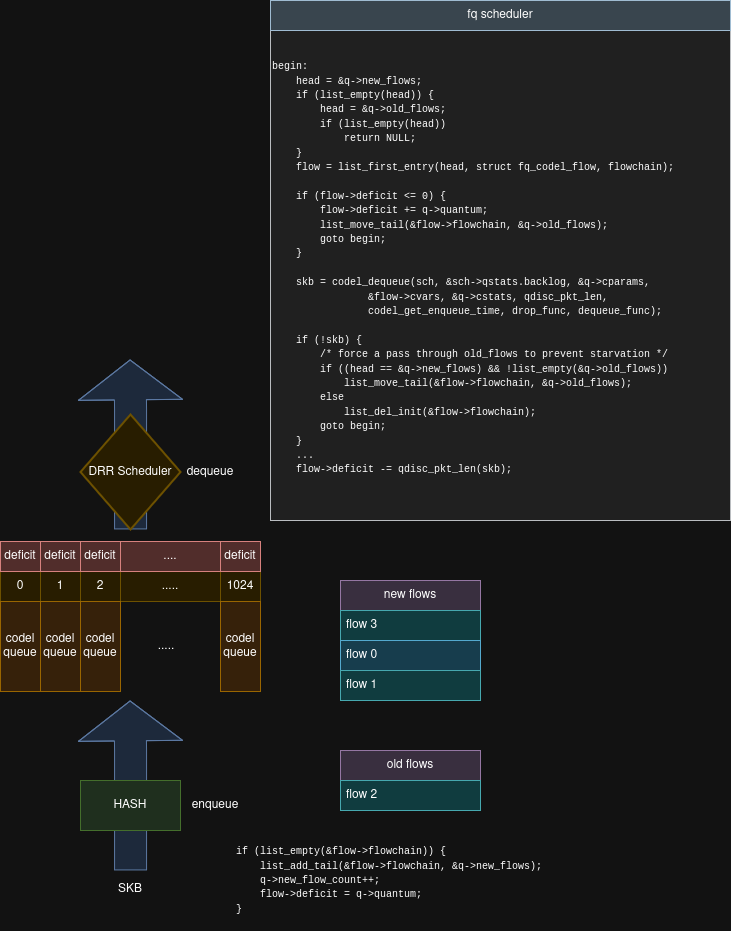
The draw.io diagram bc-qos/fq_codel.drawio.png in yingchuan/bc-qos, before a commit. Source tidied: cells renumbered, new cells last; positions are measured from the earlier drawing's top-left corner, leaving out a move shared by most shapes.
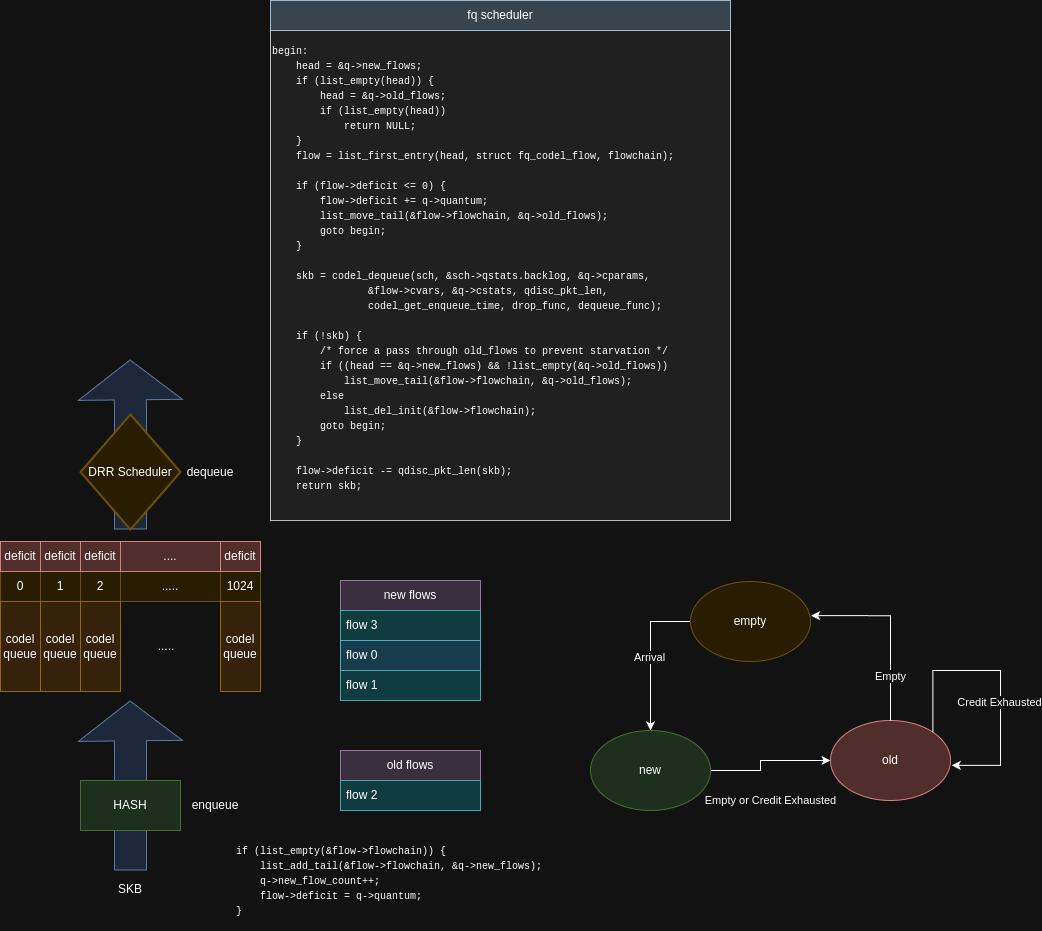
After the change.

Commit message:
add state machine of the fairness queue

What changed in the source:
```diff
@@ -100,11 +100,57 @@
     <mxCell id="30" value="&lt;div align=&quot;left&quot;&gt;&lt;font style=&quot;font-size: 10px;&quot; face=&quot;Courier New&quot;&gt;&amp;nbsp;&amp;nbsp;&amp;nbsp; if (list_empty(&amp;amp;flow-&amp;gt;flowchain)) {&lt;br&gt;&amp;nbsp;&amp;nbsp;&amp;nbsp;&amp;nbsp;&amp;nbsp;&amp;nbsp;&amp;nbsp; list_add_tail(&amp;amp;flow-&amp;gt;flowchain, &amp;amp;q-&amp;gt;new_flows);&lt;br&gt;&amp;nbsp;&amp;nbsp;&amp;nbsp;&amp;nbsp;&amp;nbsp;&amp;nbsp;&amp;nbsp; q-&amp;gt;new_flow_count++;&lt;br&gt;&amp;nbsp;&amp;nbsp;&amp;nbsp;&amp;nbsp;&amp;nbsp;&amp;nbsp;&amp;nbsp; flow-&amp;gt;deficit = q-&amp;gt;quantum;&lt;br&gt;&amp;nbsp;&amp;nbsp;&amp;nbsp; } &lt;/font&gt;&lt;/div&gt;" style="text;html=1;align=left;verticalAlign=middle;whiteSpace=wrap;rounded=0;" parent="1" vertex="1">
       <mxGeometry x="210" y="830" width="340" height="100" as="geometry" />
     </mxCell>
-    <mxCell id="31" value="&lt;div align=&quot;left&quot;&gt;&lt;font face=&quot;Courier New&quot; style=&quot;font-size: 10px;&quot;&gt;begin:&lt;br&gt;&amp;nbsp;&amp;nbsp;&amp;nbsp; head = &amp;amp;q-&amp;gt;new_flows;&lt;br&gt;&amp;nbsp;&amp;nbsp;&amp;nbsp; if (list_empty(head)) {&lt;br&gt;&amp;nbsp;&amp;nbsp;&amp;nbsp;&amp;nbsp;&amp;nbsp;&amp;nbsp;&amp;nbsp; head = &amp;amp;q-&amp;gt;old_flows;&lt;br&gt;&amp;nbsp;&amp;nbsp;&amp;nbsp;&amp;nbsp;&amp;nbsp;&amp;nbsp;&amp;nbsp; if (list_empty(head))&lt;br&gt;&amp;nbsp;&amp;nbsp;&amp;nbsp;&amp;nbsp;&amp;nbsp;&amp;nbsp;&amp;nbsp;&amp;nbsp;&amp;nbsp;&amp;nbsp;&amp;nbsp; return NULL;&lt;br&gt;&amp;nbsp;&amp;nbsp;&amp;nbsp; }&lt;br&gt;&amp;nbsp;&amp;nbsp;&amp;nbsp; flow = list_first_entry(head, struct fq_codel_flow, flowchain);&lt;br&gt;&lt;br&gt;&amp;nbsp;&amp;nbsp;&amp;nbsp; if (flow-&amp;gt;deficit &amp;lt;= 0) {&lt;br&gt;&amp;nbsp;&amp;nbsp;&amp;nbsp;&amp;nbsp;&amp;nbsp;&amp;nbsp;&amp;nbsp; flow-&amp;gt;deficit += q-&amp;gt;quantum;&lt;br&gt;&amp;nbsp;&amp;nbsp;&amp;nbsp;&amp;nbsp;&amp;nbsp;&amp;nbsp;&amp;nbsp; list_move_tail(&amp;amp;flow-&amp;gt;flowchain, &amp;amp;q-&amp;gt;old_flows);&lt;br&gt;&amp;nbsp;&amp;nbsp;&amp;nbsp;&amp;nbsp;&amp;nbsp;&amp;nbsp;&amp;nbsp; goto begin;&lt;br&gt;&amp;nbsp;&amp;nbsp;&amp;nbsp; }&lt;br&gt;&lt;br&gt;&amp;nbsp;&amp;nbsp;&amp;nbsp; skb = codel_dequeue(sch, &amp;amp;sch-&amp;gt;qstats.backlog, &amp;amp;q-&amp;gt;cparams,&lt;br&gt;&amp;nbsp;&amp;nbsp;&amp;nbsp;&amp;nbsp;&amp;nbsp;&amp;nbsp;&amp;nbsp;&amp;nbsp;&amp;nbsp;&amp;nbsp;&amp;nbsp;&amp;nbsp;&amp;nbsp;&amp;nbsp;&amp;nbsp; &amp;amp;flow-&amp;gt;cvars, &amp;amp;q-&amp;gt;cstats, qdisc_pkt_len,&lt;br&gt;&amp;nbsp;&amp;nbsp;&amp;nbsp;&amp;nbsp;&amp;nbsp;&amp;nbsp;&amp;nbsp;&amp;nbsp;&amp;nbsp;&amp;nbsp;&amp;nbsp;&amp;nbsp;&amp;nbsp;&amp;nbsp;&amp;nbsp; codel_get_enqueue_time, drop_func, dequeue_func);&lt;br&gt;&lt;br&gt;&amp;nbsp;&amp;nbsp;&amp;nbsp; if (!skb) {&lt;br&gt;&amp;nbsp;&amp;nbsp;&amp;nbsp;&amp;nbsp;&amp;nbsp;&amp;nbsp;&amp;nbsp; /* force a pass through old_flows to prevent starvation */&lt;br&gt;&amp;nbsp;&amp;nbsp;&amp;nbsp;&amp;nbsp;&amp;nbsp;&amp;nbsp;&amp;nbsp; if ((head == &amp;amp;q-&amp;gt;new_flows) &amp;amp;&amp;amp; !list_empty(&amp;amp;q-&amp;gt;old_flows))&lt;br&gt;&amp;nbsp;&amp;nbsp;&amp;nbsp;&amp;nbsp;&amp;nbsp;&amp;nbsp;&amp;nbsp;&amp;nbsp;&amp;nbsp;&amp;nbsp;&amp;nbsp; list_move_tail(&amp;amp;flow-&amp;gt;flowchain, &amp;amp;q-&amp;gt;old_flows);&lt;br&gt;&amp;nbsp;&amp;nbsp;&amp;nbsp;&amp;nbsp;&amp;nbsp;&amp;nbsp;&amp;nbsp; else&lt;br&gt;&amp;nbsp;&amp;nbsp;&amp;nbsp;&amp;nbsp;&amp;nbsp;&amp;nbsp;&amp;nbsp;&amp;nbsp;&amp;nbsp;&amp;nbsp;&amp;nbsp; list_del_init(&amp;amp;flow-&amp;gt;flowchain);&lt;br&gt;&amp;nbsp;&amp;nbsp;&amp;nbsp;&amp;nbsp;&amp;nbsp;&amp;nbsp;&amp;nbsp; goto begin;&lt;br&gt;&amp;nbsp;&amp;nbsp;&amp;nbsp; }&lt;/font&gt;&lt;/div&gt;&lt;div align=&quot;left&quot;&gt;&lt;font face=&quot;Courier New&quot; style=&quot;font-size: 10px;&quot;&gt;&amp;nbsp;&amp;nbsp;&amp;nbsp; ...&lt;br&gt;&lt;/font&gt;&lt;/div&gt;&lt;div align=&quot;left&quot;&gt;&lt;font face=&quot;Courier New&quot; style=&quot;font-size: 10px;&quot;&gt;&amp;nbsp;&amp;nbsp;&amp;nbsp; flow-&amp;gt;deficit -= qdisc_pkt_len(skb);&lt;/font&gt;&lt;/div&gt;&lt;div align=&quot;left&quot;&gt;&lt;font face=&quot;Courier New&quot; style=&quot;font-size: 10px;&quot;&gt;&lt;br&gt;&lt;/font&gt;&lt;/div&gt;" style="text;html=1;align=left;verticalAlign=middle;whiteSpace=wrap;rounded=0;fillColor=#eeeeee;strokeColor=#36393d;" parent="1" vertex="1">
+    <mxCell id="31" value="&lt;div align=&quot;left&quot;&gt;&lt;font face=&quot;Courier New&quot; style=&quot;font-size: 10px;&quot;&gt;begin:&lt;br&gt;&amp;nbsp;&amp;nbsp;&amp;nbsp; head = &amp;amp;q-&amp;gt;new_flows;&lt;br&gt;&amp;nbsp;&amp;nbsp;&amp;nbsp; if (list_empty(head)) {&lt;br&gt;&amp;nbsp;&amp;nbsp;&amp;nbsp;&amp;nbsp;&amp;nbsp;&amp;nbsp;&amp;nbsp; head = &amp;amp;q-&amp;gt;old_flows;&lt;br&gt;&amp;nbsp;&amp;nbsp;&amp;nbsp;&amp;nbsp;&amp;nbsp;&amp;nbsp;&amp;nbsp; if (list_empty(head))&lt;br&gt;&amp;nbsp;&amp;nbsp;&amp;nbsp;&amp;nbsp;&amp;nbsp;&amp;nbsp;&amp;nbsp;&amp;nbsp;&amp;nbsp;&amp;nbsp;&amp;nbsp; return NULL;&lt;br&gt;&amp;nbsp;&amp;nbsp;&amp;nbsp; }&lt;br&gt;&amp;nbsp;&amp;nbsp;&amp;nbsp; flow = list_first_entry(head, struct fq_codel_flow, flowchain);&lt;br&gt;&lt;br&gt;&amp;nbsp;&amp;nbsp;&amp;nbsp; if (flow-&amp;gt;deficit &amp;lt;= 0) {&lt;br&gt;&amp;nbsp;&amp;nbsp;&amp;nbsp;&amp;nbsp;&amp;nbsp;&amp;nbsp;&amp;nbsp; flow-&amp;gt;deficit += q-&amp;gt;quantum;&lt;br&gt;&amp;nbsp;&amp;nbsp;&amp;nbsp;&amp;nbsp;&amp;nbsp;&amp;nbsp;&amp;nbsp; list_move_tail(&amp;amp;flow-&amp;gt;flowchain, &amp;amp;q-&amp;gt;old_flows);&lt;br&gt;&amp;nbsp;&amp;nbsp;&amp;nbsp;&amp;nbsp;&amp;nbsp;&amp;nbsp;&amp;nbsp; goto begin;&lt;br&gt;&amp;nbsp;&amp;nbsp;&amp;nbsp; }&lt;br&gt;&lt;br&gt;&amp;nbsp;&amp;nbsp;&amp;nbsp; skb = codel_dequeue(sch, &amp;amp;sch-&amp;gt;qstats.backlog, &amp;amp;q-&amp;gt;cparams,&lt;br&gt;&amp;nbsp;&amp;nbsp;&amp;nbsp;&amp;nbsp;&amp;nbsp;&amp;nbsp;&amp;nbsp;&amp;nbsp;&amp;nbsp;&amp;nbsp;&amp;nbsp;&amp;nbsp;&amp;nbsp;&amp;nbsp;&amp;nbsp; &amp;amp;flow-&amp;gt;cvars, &amp;amp;q-&amp;gt;cstats, qdisc_pkt_len,&lt;br&gt;&amp;nbsp;&amp;nbsp;&amp;nbsp;&amp;nbsp;&amp;nbsp;&amp;nbsp;&amp;nbsp;&amp;nbsp;&amp;nbsp;&amp;nbsp;&amp;nbsp;&amp;nbsp;&amp;nbsp;&amp;nbsp;&amp;nbsp; codel_get_enqueue_time, drop_func, dequeue_func);&lt;br&gt;&lt;br&gt;&amp;nbsp;&amp;nbsp;&amp;nbsp; if (!skb) {&lt;br&gt;&amp;nbsp;&amp;nbsp;&amp;nbsp;&amp;nbsp;&amp;nbsp;&amp;nbsp;&amp;nbsp; /* force a pass through old_flows to prevent starvation */&lt;br&gt;&amp;nbsp;&amp;nbsp;&amp;nbsp;&amp;nbsp;&amp;nbsp;&amp;nbsp;&amp;nbsp; if ((head == &amp;amp;q-&amp;gt;new_flows) &amp;amp;&amp;amp; !list_empty(&amp;amp;q-&amp;gt;old_flows))&lt;br&gt;&amp;nbsp;&amp;nbsp;&amp;nbsp;&amp;nbsp;&amp;nbsp;&amp;nbsp;&amp;nbsp;&amp;nbsp;&amp;nbsp;&amp;nbsp;&amp;nbsp; list_move_tail(&amp;amp;flow-&amp;gt;flowchain, &amp;amp;q-&amp;gt;old_flows);&lt;br&gt;&amp;nbsp;&amp;nbsp;&amp;nbsp;&amp;nbsp;&amp;nbsp;&amp;nbsp;&amp;nbsp; else&lt;br&gt;&amp;nbsp;&amp;nbsp;&amp;nbsp;&amp;nbsp;&amp;nbsp;&amp;nbsp;&amp;nbsp;&amp;nbsp;&amp;nbsp;&amp;nbsp;&amp;nbsp; list_del_init(&amp;amp;flow-&amp;gt;flowchain);&lt;br&gt;&amp;nbsp;&amp;nbsp;&amp;nbsp;&amp;nbsp;&amp;nbsp;&amp;nbsp;&amp;nbsp; goto begin;&lt;br&gt;&amp;nbsp;&amp;nbsp;&amp;nbsp; }&lt;/font&gt;&lt;/div&gt;&lt;div align=&quot;left&quot;&gt;&lt;font face=&quot;Courier New&quot; style=&quot;font-size: 10px;&quot;&gt;&lt;br&gt;&lt;/font&gt;&lt;/div&gt;&lt;div align=&quot;left&quot;&gt;&lt;font face=&quot;Courier New&quot; style=&quot;font-size: 10px;&quot;&gt;&amp;nbsp;&amp;nbsp;&amp;nbsp; flow-&amp;gt;deficit -= qdisc_pkt_len(skb);&lt;/font&gt;&lt;/div&gt;&lt;div align=&quot;left&quot;&gt;&lt;font face=&quot;Courier New&quot; style=&quot;font-size: 10px;&quot;&gt;&amp;nbsp; &amp;nbsp; return skb;&lt;/font&gt;&lt;/div&gt;&lt;div align=&quot;left&quot;&gt;&lt;font face=&quot;Courier New&quot; style=&quot;font-size: 10px;&quot;&gt;&lt;br&gt;&lt;/font&gt;&lt;/div&gt;" style="text;html=1;align=left;verticalAlign=middle;whiteSpace=wrap;rounded=0;fillColor=#eeeeee;strokeColor=#36393d;" parent="1" vertex="1">
       <mxGeometry x="270" y="30" width="460" height="490" as="geometry" />
     </mxCell>
     <mxCell id="32" value="fq scheduler" style="text;html=1;align=center;verticalAlign=middle;whiteSpace=wrap;rounded=0;fillColor=#bac8d3;strokeColor=#23445d;" parent="1" vertex="1">
       <mxGeometry x="270" width="460" height="30" as="geometry" />
     </mxCell>
+    <mxCell id="33" style="edgeStyle=orthogonalEdgeStyle;rounded=0;jettySize=auto;html=1;exitX=0;exitY=0.5;exitDx=0;exitDy=0;entryX=0.5;entryY=0;entryDx=0;entryDy=0;" parent="1" edge="1" source="35" target="39">
+      <mxGeometry relative="1" as="geometry" />
+    </mxCell>
+    <mxCell id="34" value="Arrival" style="edgeLabel;html=1;align=center;verticalAlign=middle;" parent="33" vertex="1">
+      <mxGeometry x="0.02" y="-1" relative="1" as="geometry" />
+    </mxCell>
+    <mxCell id="35" value="empty" style="ellipse;whiteSpace=wrap;html=1;fillColor=#fff2cc;strokeColor=#d6b656;" parent="1" vertex="1">
+      <mxGeometry x="690" y="581" width="120" height="80" as="geometry" />
+    </mxCell>
+    <mxCell id="36" value="old" style="ellipse;whiteSpace=wrap;html=1;fillColor=#f8cecc;strokeColor=#b85450;" parent="1" vertex="1">
+      <mxGeometry x="830" y="720" width="120" height="80" as="geometry" />
+    </mxCell>
+    <mxCell id="37" style="edgeStyle=orthogonalEdgeStyle;rounded=0;jettySize=auto;html=1;exitX=1;exitY=0.5;exitDx=0;exitDy=0;entryX=0;entryY=0.5;entryDx=0;entryDy=0;" parent="1" edge="1" source="39" target="36">
+      <mxGeometry relative="1" as="geometry">
+        <Array as="points">
+          <mxPoint x="760" y="770" />
+          <mxPoint x="760" y="760" />
+        </Array>
+      </mxGeometry>
+    </mxCell>
+    <mxCell id="38" value="Empty or Credit Exhausted" style="edgeLabel;html=1;align=center;verticalAlign=middle;" parent="37" vertex="1">
+      <mxGeometry x="-0.32" y="2" relative="1" as="geometry">
+        <mxPoint x="16" y="32" as="offset" />
+      </mxGeometry>
+    </mxCell>
+    <mxCell id="39" value="new" style="ellipse;whiteSpace=wrap;html=1;fillColor=#d5e8d4;strokeColor=#82b366;" parent="1" vertex="1">
+      <mxGeometry x="590" y="730" width="120" height="80" as="geometry" />
+    </mxCell>
+    <mxCell id="40" style="edgeStyle=orthogonalEdgeStyle;rounded=0;jettySize=auto;html=1;exitX=0.5;exitY=0;exitDx=0;exitDy=0;entryX=1.005;entryY=0.427;entryDx=0;entryDy=0;entryPerimeter=0;" parent="1" edge="1" source="36" target="35">
+      <mxGeometry relative="1" as="geometry" />
+    </mxCell>
+    <mxCell id="41" value="Empty" style="edgeLabel;html=1;align=center;verticalAlign=middle;" parent="40" vertex="1">
+      <mxGeometry x="-0.51" relative="1" as="geometry" />
+    </mxCell>
+    <mxCell id="42" style="edgeStyle=orthogonalEdgeStyle;rounded=0;orthogonalLoop=1;jettySize=auto;html=1;exitX=1;exitY=0;exitDx=0;exitDy=0;entryX=1.01;entryY=0.561;entryDx=0;entryDy=0;entryPerimeter=0;" parent="1" edge="1" source="36" target="36">
+      <mxGeometry relative="1" as="geometry">
+        <Array as="points">
+          <mxPoint x="932" y="670" />
+          <mxPoint x="1000" y="670" />
+          <mxPoint x="1000" y="765" />
+        </Array>
+      </mxGeometry>
+    </mxCell>
+    <mxCell id="43" value="Credit Exhausted" style="edgeLabel;html=1;align=center;verticalAlign=middle;" parent="42" vertex="1">
+      <mxGeometry x="0.18" y="-1" relative="1" as="geometry" />
+    </mxCell>
   </root>
 </mxGraphModel>
```
